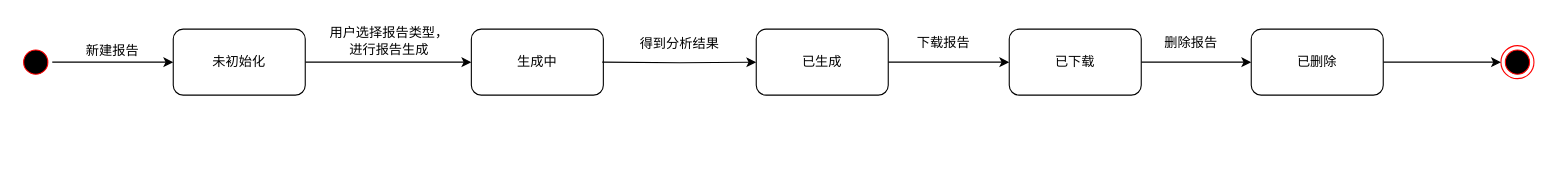
PomeloLemon/SoftwareDiagrams keeps this draw.io diagram as Report状态图.drawio. Above is the earlier version. Source tidied: cells renumbered, new cells numbered last; positions are measured from the earlier drawing's top-left corner, leaving out a move shared by most shapes. Both pictures are drawn from the tidied source at 110%, with x=0, y=0 at pixel (19, 19).
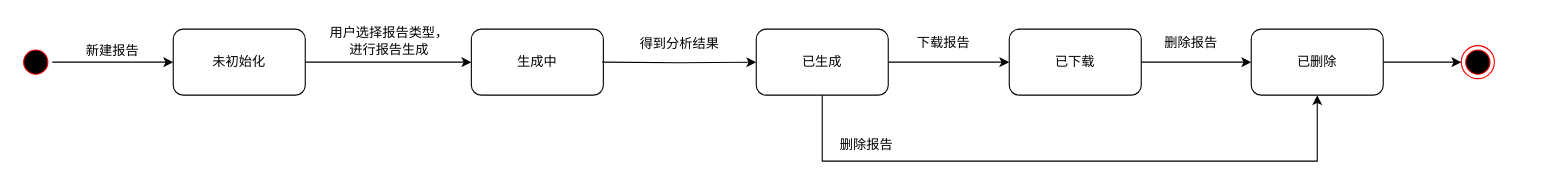
After the change.

Commit message (it also covers changes not shown here):
更新Report状态图.drawio

The change refers to these unchanged cells:
```xml
<mxCell id="12" value="已生成" style="rounded=1;whiteSpace=wrap;html=1;" parent="1" vertex="1">
  <mxGeometry x="670" y="9" width="120" height="60" as="geometry" />
</mxCell>
<mxCell id="18" value="已删除" style="rounded=1;whiteSpace=wrap;html=1;" parent="1" vertex="1">
  <mxGeometry x="1120" y="9" width="120" height="60" as="geometry" />
</mxCell>
```

What changed in the source:
```diff
@@
     <mxCell id="10" style="ellipse;html=1;shape=endState;fillColor=#000000;strokeColor=#ff0000;" parent="1" vertex="1">
-      <mxGeometry x="1347" y="24" width="30" height="30" as="geometry" />
+      <mxGeometry x="1311" y="24" width="30" height="30" as="geometry" />
     </mxCell>
@@
+    <mxCell id="20" style="edgeStyle=orthogonalEdgeStyle;rounded=0;jettySize=auto;html=1;entryX=0.5;entryY=1;entryDx=0;entryDy=0;" parent="1" edge="1" source="12" target="18">
+      <mxGeometry relative="1" as="geometry">
+        <Array as="points">
+          <mxPoint x="730" y="129" />
+          <mxPoint x="1180" y="129" />
+        </Array>
+      </mxGeometry>
+    </mxCell>
@@
+    <mxCell id="21" value="删除报告" style="text;html=1;align=center;verticalAlign=middle;strokeColor=none;fillColor=none;" parent="1" vertex="1">
+      <mxGeometry x="735" y="99" width="70" height="30" as="geometry" />
+    </mxCell>
```
